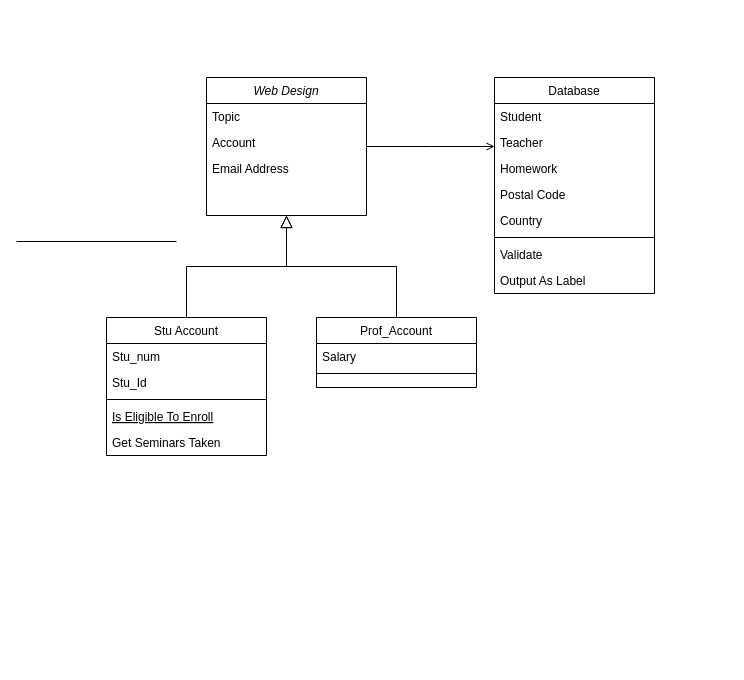
Above: Untitled Diagram.drawio in Kedzies/main (draw.io), before the change. Source tidied: cells renumbered, new cells numbered last; positions are measured from the earlier drawing's top-left corner, leaving out a move shared by most shapes. Both pictures are drawn from the tidied source at 100%, with x=0, y=0 at pixel (16, 77).
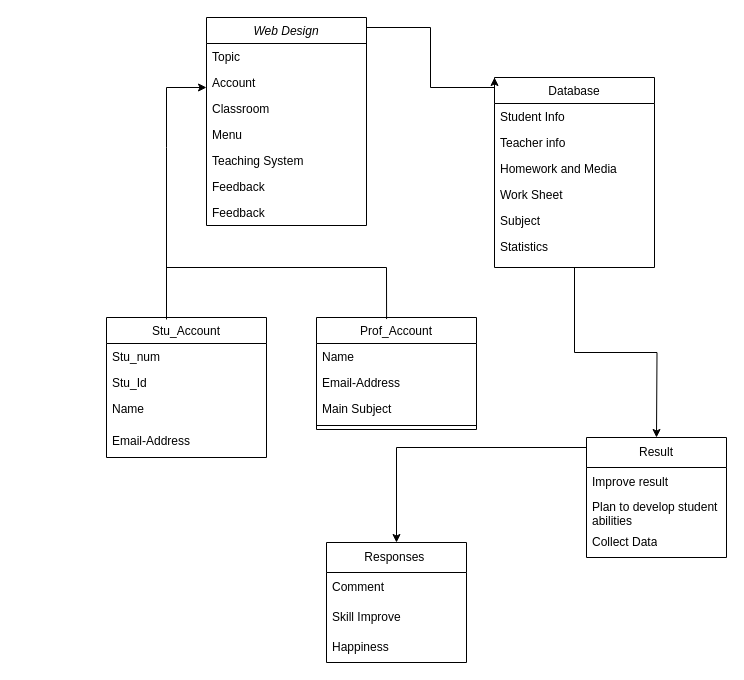
The same diagram, later.

The change refers to these unchanged cells:
```xml
<mxCell id="4" value="Account" style="text;align=left;verticalAlign=top;spacingLeft=4;spacingRight=4;overflow=hidden;points=[[0,0.5],[1,0.5]];portConstraint=eastwest;rounded=0;shadow=0;html=0;" parent="2" vertex="1">
  <mxGeometry y="52" width="160" height="26" as="geometry" />
</mxCell>
```

What changed in the source:
```diff
@@
     <mxCell id="2" value="Web Design" style="swimlane;fontStyle=2;align=center;verticalAlign=top;horizontal=1;startSize=26;rounded=0;shadow=0;strokeWidth=1;" parent="1" vertex="1">
-      <mxGeometry x="190" width="160" height="138" as="geometry" />
+      <mxGeometry x="190" y="-60" width="160" height="208" as="geometry" />
     </mxCell>
@@
-    <mxCell id="5" value="Email Address" style="text;align=left;verticalAlign=top;spacingLeft=4;spacingRight=4;overflow=hidden;rounded=0;shadow=0;html=0;" parent="2" vertex="1">
+    <mxCell id="5" value="Classroom" style="text;align=left;verticalAlign=top;spacingLeft=4;spacingRight=4;overflow=hidden;rounded=0;shadow=0;html=0;" parent="2" vertex="1">
       <mxGeometry y="78" width="160" height="26" as="geometry" />
     </mxCell>
+    <mxCell id="28" value="Menu" style="text;align=left;verticalAlign=top;spacingLeft=4;spacingRight=4;overflow=hidden;rounded=0;shadow=0;html=0;" parent="2" vertex="1">
+      <mxGeometry y="104" width="160" height="26" as="geometry" />
+    </mxCell>
+    <mxCell id="29" value="Teaching System" style="text;align=left;verticalAlign=top;spacingLeft=4;spacingRight=4;overflow=hidden;rounded=0;shadow=0;html=0;" parent="2" vertex="1">
+      <mxGeometry y="130" width="160" height="26" as="geometry" />
+    </mxCell>
+    <mxCell id="30" value="Feedback" style="text;align=left;verticalAlign=top;spacingLeft=4;spacingRight=4;overflow=hidden;rounded=0;shadow=0;html=0;" parent="2" vertex="1">
+      <mxGeometry y="156" width="160" height="26" as="geometry" />
+    </mxCell>
+    <mxCell id="31" value="Feedback" style="text;align=left;verticalAlign=top;spacingLeft=4;spacingRight=4;overflow=hidden;rounded=0;shadow=0;html=0;" parent="2" vertex="1">
+      <mxGeometry y="182" width="160" height="26" as="geometry" />
+    </mxCell>
-    <mxCell id="6" value="Stu Account" style="swimlane;fontStyle=0;align=center;verticalAlign=top;horizontal=1;startSize=26;rounded=0;shadow=0;strokeWidth=1;" parent="1" vertex="1">
-      <mxGeometry x="90" y="240" width="160" height="138" as="geometry" />
+    <mxCell id="6" value="Stu_Account" style="swimlane;fontStyle=0;align=center;verticalAlign=top;horizontal=1;startSize=26;rounded=0;shadow=0;strokeWidth=1;" parent="1" vertex="1">
+      <mxGeometry x="90" y="240" width="160" height="140" as="geometry" />
     </mxCell>
@@
+    <mxCell id="32" value="Stu_Id" style="text;align=left;verticalAlign=top;spacingLeft=4;spacingRight=4;overflow=hidden;rounded=0;shadow=0;html=0;" parent="6" vertex="1">
+      <mxGeometry y="52" width="160" height="26" as="geometry" />
+    </mxCell>
+    <mxCell id="33" value="Name&#10;" style="text;align=left;verticalAlign=top;spacingLeft=4;spacingRight=4;overflow=hidden;rounded=0;shadow=0;html=0;" parent="6" vertex="1">
+      <mxGeometry y="78" width="160" height="32" as="geometry" />
+    </mxCell>
-    <mxCell id="8" value="Stu_Id" style="text;align=left;verticalAlign=top;spacingLeft=4;spacingRight=4;overflow=hidden;rounded=0;shadow=0;html=0;" parent="6" vertex="1">
-      <mxGeometry y="52" width="160" height="26" as="geometry" />
+    <mxCell id="8" value="Email-Address" style="text;align=left;verticalAlign=top;spacingLeft=4;spacingRight=4;overflow=hidden;rounded=0;shadow=0;html=0;" parent="6" vertex="1">
+      <mxGeometry y="110" width="160" height="30" as="geometry" />
     </mxCell>
-    <mxCell id="9" style="line;html=1;strokeWidth=1;align=left;verticalAlign=middle;spacingTop=-1;spacingLeft=3;spacingRight=3;labelPosition=right;" parent="6" vertex="1">
-      <mxGeometry y="78" width="160" height="8" as="geometry" />
-    </mxCell>
-    <mxCell id="10" value="Is Eligible To Enroll" style="text;align=left;verticalAlign=top;spacingLeft=4;spacingRight=4;overflow=hidden;fontStyle=4;" parent="6" vertex="1">
-      <mxGeometry y="86" width="160" height="26" as="geometry" />
-    </mxCell>
-    <mxCell id="11" value="Get Seminars Taken" style="text;align=left;verticalAlign=top;spacingLeft=4;spacingRight=4;overflow=hidden;" parent="6" vertex="1">
-      <mxGeometry y="112" width="160" height="26" as="geometry" />
-    </mxCell>
-    <mxCell id="12" style="endArrow=block;endSize=10;endFill=0;shadow=0;strokeWidth=1;rounded=0;edgeStyle=elbowEdgeStyle;elbow=vertical;" parent="1" edge="1" source="6" target="2">
-      <mxGeometry relative="1" as="geometry" />
-    </mxCell>
     <mxCell id="13" value="Prof_Account" style="swimlane;fontStyle=0;align=center;verticalAlign=top;horizontal=1;startSize=26;rounded=0;shadow=0;strokeWidth=1;" parent="1" vertex="1">
-      <mxGeometry x="300" y="240" width="160" height="70" as="geometry" />
+      <mxGeometry x="300" y="240" width="160" height="112" as="geometry" />
     </mxCell>
-    <mxCell id="14" value="Salary" style="text;align=left;verticalAlign=top;spacingLeft=4;spacingRight=4;overflow=hidden;" parent="13" vertex="1">
+    <mxCell id="14" value="Name" style="text;align=left;verticalAlign=top;spacingLeft=4;spacingRight=4;overflow=hidden;" parent="13" vertex="1">
       <mxGeometry y="26" width="160" height="26" as="geometry" />
     </mxCell>
+    <mxCell id="34" value="Email-Address" style="text;align=left;verticalAlign=top;spacingLeft=4;spacingRight=4;overflow=hidden;" parent="13" vertex="1">
+      <mxGeometry y="52" width="160" height="26" as="geometry" />
+    </mxCell>
+    <mxCell id="35" value="Main Subject" style="text;align=left;verticalAlign=top;spacingLeft=4;spacingRight=4;overflow=hidden;" parent="13" vertex="1">
+      <mxGeometry y="78" width="160" height="26" as="geometry" />
+    </mxCell>
     <mxCell id="15" style="line;html=1;strokeWidth=1;align=left;verticalAlign=middle;spacingTop=-1;spacingLeft=3;spacingRight=3;labelPosition=right;" parent="13" vertex="1">
-      <mxGeometry y="52" width="160" height="8" as="geometry" />
+      <mxGeometry y="104" width="160" height="8" as="geometry" />
     </mxCell>
-    <mxCell id="16" style="endArrow=block;endSize=10;endFill=0;shadow=0;strokeWidth=1;rounded=0;edgeStyle=elbowEdgeStyle;elbow=vertical;" parent="1" edge="1" source="13" target="2">
-      <mxGeometry relative="1" as="geometry" />
-    </mxCell>
+    <mxCell id="36" style="edgeStyle=orthogonalEdgeStyle;rounded=0;jettySize=auto;html=1;exitX=0.5;exitY=1;exitDx=0;exitDy=0;entryX=0.5;entryY=0;entryDx=0;entryDy=0;" parent="1" edge="1" source="17">
+      <mxGeometry relative="1" as="geometry">
+        <mxPoint x="640" y="360" as="targetPoint" />
+      </mxGeometry>
+    </mxCell>
     <mxCell id="17" value="Database" style="swimlane;fontStyle=0;align=center;verticalAlign=top;horizontal=1;startSize=26;rounded=0;shadow=0;strokeWidth=1;" parent="1" vertex="1">
-      <mxGeometry x="478" width="160" height="216" as="geometry" />
+      <mxGeometry x="478" width="160" height="190" as="geometry" />
     </mxCell>
-    <mxCell id="18" value="Student" style="text;align=left;verticalAlign=top;spacingLeft=4;spacingRight=4;overflow=hidden;" parent="17" vertex="1">
+    <mxCell id="18" value="Student Info" style="text;align=left;verticalAlign=top;spacingLeft=4;spacingRight=4;overflow=hidden;" parent="17" vertex="1">
       <mxGeometry y="26" width="160" height="26" as="geometry" />
     </mxCell>
-    <mxCell id="19" value="Teacher" style="text;align=left;verticalAlign=top;spacingLeft=4;spacingRight=4;overflow=hidden;rounded=0;shadow=0;html=0;" parent="17" vertex="1">
+    <mxCell id="19" value="Teacher info" style="text;align=left;verticalAlign=top;spacingLeft=4;spacingRight=4;overflow=hidden;rounded=0;shadow=0;html=0;" parent="17" vertex="1">
       <mxGeometry y="52" width="160" height="26" as="geometry" />
     </mxCell>
-    <mxCell id="20" value="Homework" style="text;align=left;verticalAlign=top;spacingLeft=4;spacingRight=4;overflow=hidden;rounded=0;shadow=0;html=0;" parent="17" vertex="1">
+    <mxCell id="20" value="Homework and Media" style="text;align=left;verticalAlign=top;spacingLeft=4;spacingRight=4;overflow=hidden;rounded=0;shadow=0;html=0;" parent="17" vertex="1">
       <mxGeometry y="78" width="160" height="26" as="geometry" />
     </mxCell>
-    <mxCell id="21" value="Postal Code" style="text;align=left;verticalAlign=top;spacingLeft=4;spacingRight=4;overflow=hidden;rounded=0;shadow=0;html=0;" parent="17" vertex="1">
+    <mxCell id="21" value="Work Sheet" style="text;align=left;verticalAlign=top;spacingLeft=4;spacingRight=4;overflow=hidden;rounded=0;shadow=0;html=0;" parent="17" vertex="1">
       <mxGeometry y="104" width="160" height="26" as="geometry" />
     </mxCell>
-    <mxCell id="22" value="Country" style="text;align=left;verticalAlign=top;spacingLeft=4;spacingRight=4;overflow=hidden;rounded=0;shadow=0;html=0;" parent="17" vertex="1">
+    <mxCell id="22" value="Subject" style="text;align=left;verticalAlign=top;spacingLeft=4;spacingRight=4;overflow=hidden;rounded=0;shadow=0;html=0;" parent="17" vertex="1">
       <mxGeometry y="130" width="160" height="26" as="geometry" />
     </mxCell>
-    <mxCell id="23" style="line;html=1;strokeWidth=1;align=left;verticalAlign=middle;spacingTop=-1;spacingLeft=3;spacingRight=3;labelPosition=right;" parent="17" vertex="1">
-      <mxGeometry y="156" width="160" height="8" as="geometry" />
-    </mxCell>
-    <mxCell id="24" value="Validate" style="text;align=left;verticalAlign=top;spacingLeft=4;spacingRight=4;overflow=hidden;" parent="17" vertex="1">
-      <mxGeometry y="164" width="160" height="26" as="geometry" />
-    </mxCell>
-    <mxCell id="25" value="Output As Label" style="text;align=left;verticalAlign=top;spacingLeft=4;spacingRight=4;overflow=hidden;" parent="17" vertex="1">
-      <mxGeometry y="190" width="160" height="26" as="geometry" />
-    </mxCell>
-    <mxCell id="26" style="endArrow=open;shadow=0;strokeWidth=1;rounded=0;endFill=1;edgeStyle=elbowEdgeStyle;elbow=vertical;" parent="1" edge="1" source="2" target="17">
-      <mxGeometry x="0.5" y="41" relative="1" as="geometry">
-        <mxPoint x="-40" y="32" as="offset" />
-      </mxGeometry>
-    </mxCell>
-    <mxCell id="27" style="line;html=1;strokeWidth=1;align=left;verticalAlign=middle;spacingTop=-1;spacingLeft=3;spacingRight=3;labelPosition=right;" parent="1" vertex="1">
-      <mxGeometry y="160" width="160" height="8" as="geometry" />
-    </mxCell>
+    <mxCell id="37" value="Statistics" style="text;align=left;verticalAlign=top;spacingLeft=4;spacingRight=4;overflow=hidden;rounded=0;shadow=0;html=0;" parent="17" vertex="1">
+      <mxGeometry y="156" width="160" height="26" as="geometry" />
+    </mxCell>
+    <mxCell id="38" style="endArrow=none;html=1;rounded=0;exitX=0.438;exitY=0.014;exitDx=0;exitDy=0;exitPerimeter=0;" parent="1" edge="1" source="13">
+      <mxGeometry relative="1" as="geometry">
+        <mxPoint x="150" y="190" as="targetPoint" />
+        <Array as="points">
+          <mxPoint x="370" y="190" />
+        </Array>
+      </mxGeometry>
+    </mxCell>
+    <mxCell id="39" style="endArrow=none;html=1;rounded=0;exitX=0.375;exitY=0.014;exitDx=0;exitDy=0;exitPerimeter=0;" parent="1" edge="1" source="6">
+      <mxGeometry relative="1" as="geometry">
+        <mxPoint x="150" y="70" as="targetPoint" />
+      </mxGeometry>
+    </mxCell>
+    <mxCell id="40" style="endArrow=classic;html=1;rounded=0;entryX=0;entryY=0.692;entryDx=0;entryDy=0;entryPerimeter=0;" parent="1" edge="1" target="4">
+      <mxGeometry relative="1" as="geometry">
+        <mxPoint x="150" y="70" as="sourcePoint" />
+        <Array as="points">
+          <mxPoint x="150" y="10" />
+        </Array>
+      </mxGeometry>
+    </mxCell>
+    <mxCell id="41" style="edgeStyle=orthogonalEdgeStyle;rounded=0;jettySize=auto;html=1;entryX=0.5;entryY=0;entryDx=0;entryDy=0;" parent="1" edge="1" source="42" target="46">
+      <mxGeometry relative="1" as="geometry">
+        <Array as="points">
+          <mxPoint x="380" y="370" />
+        </Array>
+      </mxGeometry>
+    </mxCell>
+    <mxCell id="42" value="Result" style="swimlane;fontStyle=0;horizontal=1;startSize=30;whiteSpace=wrap;html=1;" parent="1" vertex="1">
+      <mxGeometry x="570" y="360" width="140" height="120" as="geometry" />
+    </mxCell>
+    <mxCell id="43" value="Improve result" style="text;strokeColor=none;fillColor=none;align=left;verticalAlign=middle;spacingLeft=4;spacingRight=4;overflow=hidden;whiteSpace=wrap;html=1;" parent="42" vertex="1">
+      <mxGeometry y="30" width="140" height="30" as="geometry" />
+    </mxCell>
+    <mxCell id="44" value="Plan to develop student abilities" style="text;strokeColor=none;fillColor=none;align=left;verticalAlign=middle;spacingLeft=4;spacingRight=4;overflow=hidden;whiteSpace=wrap;html=1;" parent="42" vertex="1">
+      <mxGeometry y="60" width="140" height="30" as="geometry" />
+    </mxCell>
+    <mxCell id="45" value="Collect Data" style="text;strokeColor=none;fillColor=none;align=left;verticalAlign=middle;spacingLeft=4;spacingRight=4;overflow=hidden;whiteSpace=wrap;html=1;" parent="42" vertex="1">
+      <mxGeometry y="90" width="140" height="30" as="geometry" />
+    </mxCell>
+    <mxCell id="46" value="Responses&amp;nbsp;" style="swimlane;fontStyle=0;horizontal=1;startSize=30;whiteSpace=wrap;html=1;" parent="1" vertex="1">
+      <mxGeometry x="310" y="465" width="140" height="120" as="geometry" />
+    </mxCell>
+    <mxCell id="47" value="Comment" style="text;strokeColor=none;fillColor=none;align=left;verticalAlign=middle;spacingLeft=4;spacingRight=4;overflow=hidden;whiteSpace=wrap;html=1;" parent="46" vertex="1">
+      <mxGeometry y="30" width="140" height="30" as="geometry" />
+    </mxCell>
+    <mxCell id="48" value="Skill Improve" style="text;strokeColor=none;fillColor=none;align=left;verticalAlign=middle;spacingLeft=4;spacingRight=4;overflow=hidden;whiteSpace=wrap;html=1;" parent="46" vertex="1">
+      <mxGeometry y="60" width="140" height="30" as="geometry" />
+    </mxCell>
+    <mxCell id="49" value="Happiness&amp;nbsp;" style="text;strokeColor=none;fillColor=none;align=left;verticalAlign=middle;spacingLeft=4;spacingRight=4;overflow=hidden;whiteSpace=wrap;html=1;" parent="46" vertex="1">
+      <mxGeometry y="90" width="140" height="30" as="geometry" />
+    </mxCell>
+    <mxCell id="50" style="edgeStyle=orthogonalEdgeStyle;rounded=0;jettySize=auto;html=1;exitX=1;exitY=0.5;exitDx=0;exitDy=0;entryX=0;entryY=0;entryDx=0;entryDy=0;" parent="1" edge="1" source="4" target="17">
+      <mxGeometry relative="1" as="geometry">
+        <Array as="points">
+          <mxPoint x="350" y="-50" />
+          <mxPoint x="414" y="-50" />
+          <mxPoint x="414" y="10" />
+          <mxPoint x="478" y="10" />
+        </Array>
+      </mxGeometry>
+    </mxCell>
```
